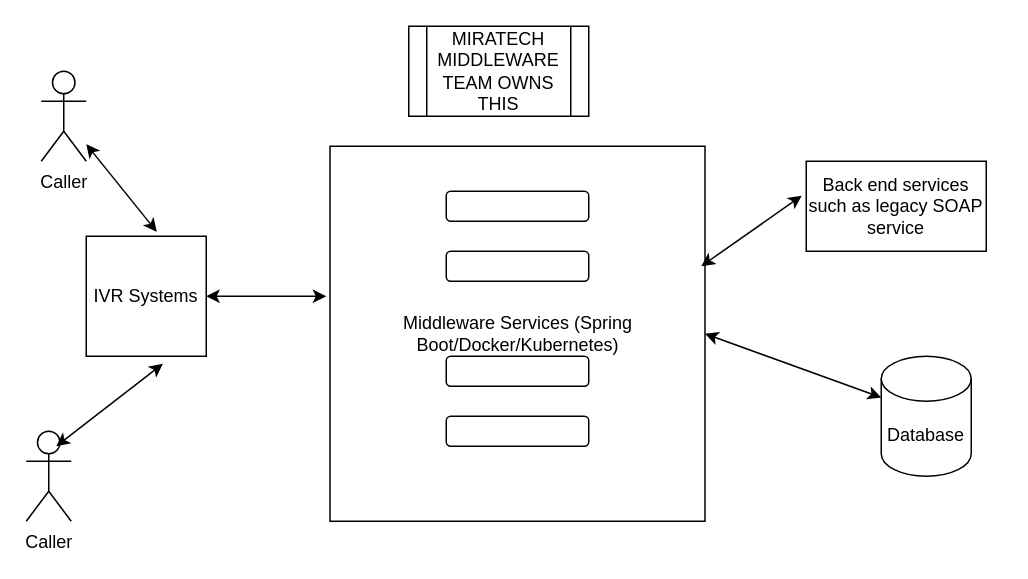
This is IVR MW.drawio from anshuldevmehta/RandomDiagrams, a draw.io file, before an edit. Source tidied: cells renumbered, new cells numbered last; positions are measured from the earlier drawing's top-left corner, leaving out a move shared by most shapes. Both pictures are drawn from the tidied source at 150%, with x=0, y=0 at pixel (26, 26).
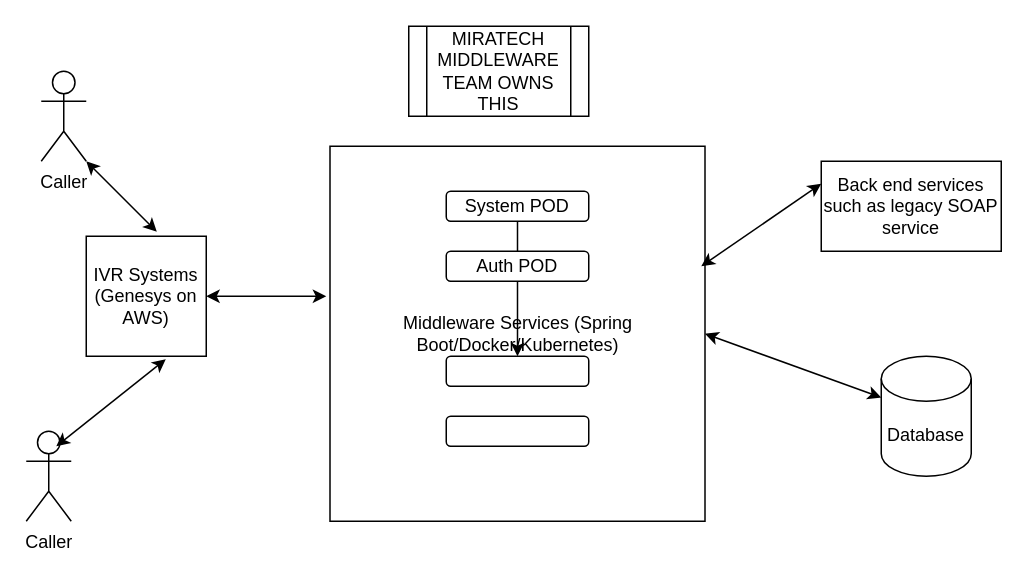
The same diagram, later.

The change refers to these unchanged cells:
```xml
<mxCell id="6" style="rounded=1;whiteSpace=wrap;html=1;" parent="1" vertex="1">
  <mxGeometry x="280" y="220" width="95" height="20" as="geometry" />
</mxCell>
<mxCell id="12" value="Caller" style="shape=umlActor;verticalLabelPosition=bottom;verticalAlign=top;html=1;outlineConnect=0;" parent="1" vertex="1">
  <mxGeometry x="10" y="30" width="30" height="60" as="geometry" />
</mxCell>
```

The edit, as a diff of the source:
```diff
@@
+    <mxCell id="18" style="edgeStyle=orthogonalEdgeStyle;rounded=0;jettySize=auto;html=1;" parent="1" edge="1" source="3" target="6">
+      <mxGeometry relative="1" as="geometry" />
+    </mxCell>
-    <mxCell id="3" style="rounded=1;whiteSpace=wrap;html=1;" parent="1" vertex="1">
+    <mxCell id="3" value="System POD" style="rounded=1;whiteSpace=wrap;html=1;" parent="1" vertex="1">
       <mxGeometry x="280" y="110" width="95" height="20" as="geometry" />
     </mxCell>
@@
-    <mxCell id="5" style="rounded=1;whiteSpace=wrap;html=1;" parent="1" vertex="1">
+    <mxCell id="5" value="Auth POD" style="rounded=1;whiteSpace=wrap;html=1;" parent="1" vertex="1">
       <mxGeometry x="280" y="150" width="95" height="20" as="geometry" />
     </mxCell>
@@
     <mxCell id="7" value="Back end services such as legacy SOAP service" style="rounded=0;whiteSpace=wrap;html=1;" parent="1" vertex="1">
-      <mxGeometry x="520" y="90" width="120" height="60" as="geometry" />
+      <mxGeometry x="530" y="90" width="120" height="60" as="geometry" />
     </mxCell>
@@
-    <mxCell id="9" style="endArrow=classic;startArrow=classic;html=1;rounded=0;entryX=-0.025;entryY=0.383;entryDx=0;entryDy=0;entryPerimeter=0;" parent="1" edge="1" target="7">
+    <mxCell id="9" style="endArrow=classic;startArrow=classic;html=1;rounded=0;entryX=0;entryY=0.25;entryDx=0;entryDy=0;" parent="1" edge="1" target="7">
       <mxGeometry relative="1" as="geometry">
         <mxPoint x="450" y="160" as="sourcePoint" />
       </mxGeometry>
     </mxCell>
@@
-    <mxCell id="11" value="IVR Systems" style="whiteSpace=wrap;html=1;" parent="1" vertex="1">
+    <mxCell id="11" value="IVR Systems (Genesys on AWS)" style="whiteSpace=wrap;html=1;" parent="1" vertex="1">
       <mxGeometry x="40" y="140" width="80" height="80" as="geometry" />
     </mxCell>
@@
-    <mxCell id="13" style="endArrow=classic;startArrow=classic;html=1;rounded=0;entryX=0.588;entryY=-0.037;entryDx=0;entryDy=0;entryPerimeter=0;" parent="1" edge="1" source="12" target="11">
+    <mxCell id="13" style="endArrow=classic;startArrow=classic;html=1;rounded=0;entryX=0.588;entryY=-0.037;entryDx=0;entryDy=0;entryPerimeter=0;exitX=1;exitY=1;exitDx=0;exitDy=0;exitPerimeter=0;" parent="1" edge="1" source="12" target="11">
       <mxGeometry relative="1" as="geometry" />
     </mxCell>
@@
-    <mxCell id="15" style="endArrow=classic;startArrow=classic;html=1;rounded=0;entryX=0.638;entryY=1.063;entryDx=0;entryDy=0;entryPerimeter=0;" parent="1" edge="1" target="11">
+    <mxCell id="15" style="endArrow=classic;startArrow=classic;html=1;rounded=0;entryX=0.663;entryY=1.025;entryDx=0;entryDy=0;entryPerimeter=0;" parent="1" edge="1" target="11">
       <mxGeometry relative="1" as="geometry">
         <mxPoint x="20" y="280" as="sourcePoint" />
       </mxGeometry>
     </mxCell>
```
